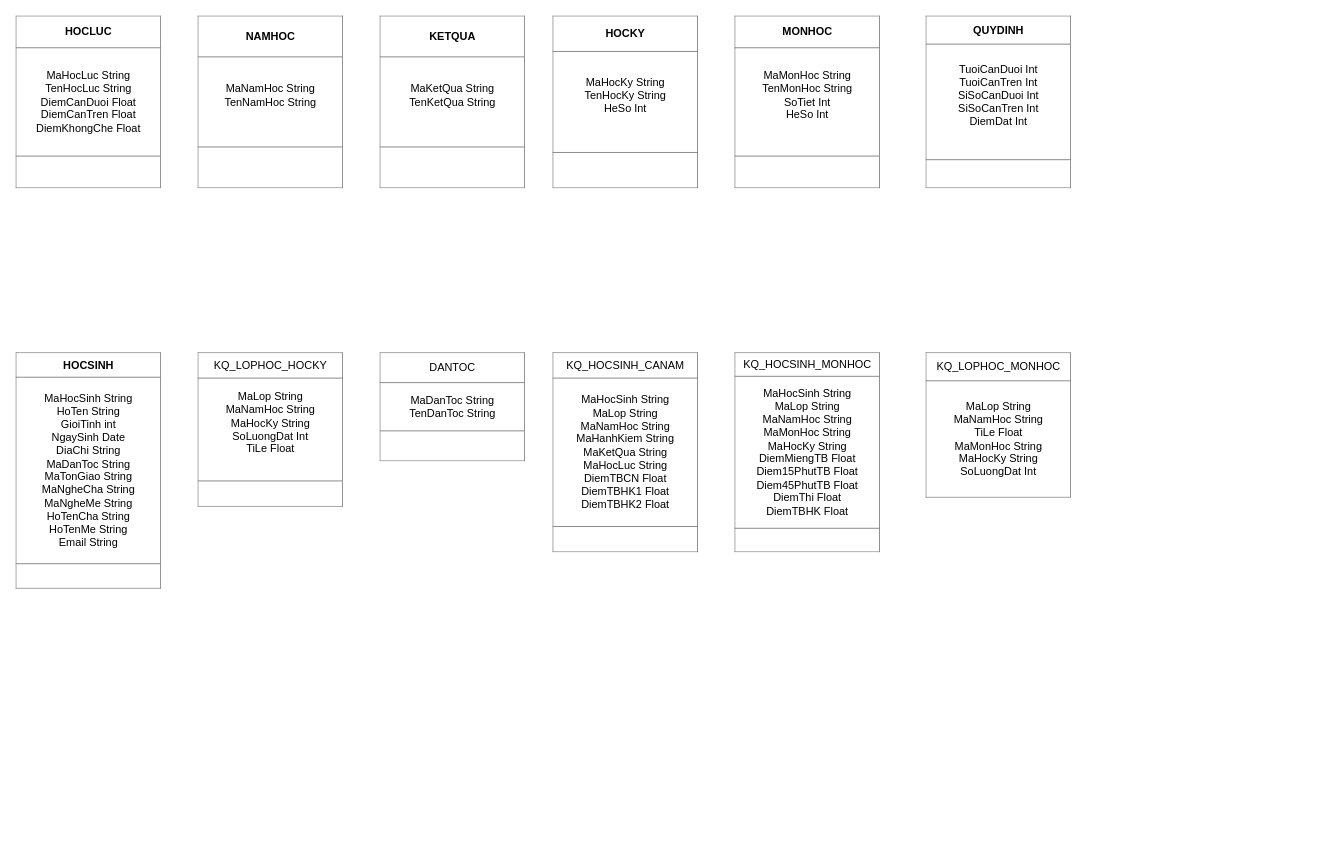
NguyenTanNHa/Final---QUAN-LY-HE-THONG-THONG-TIN keeps this draw.io diagram as page "CD" (2 of 2) of diagram.drawio. Above is the earlier version. Source tidied: cells renumbered, new cells numbered last; positions are measured from the earlier drawing's top-left corner, leaving out a move shared by most shapes. Both pictures are drawn from the tidied source at 91%, with x=0, y=0 at pixel (15, 15).
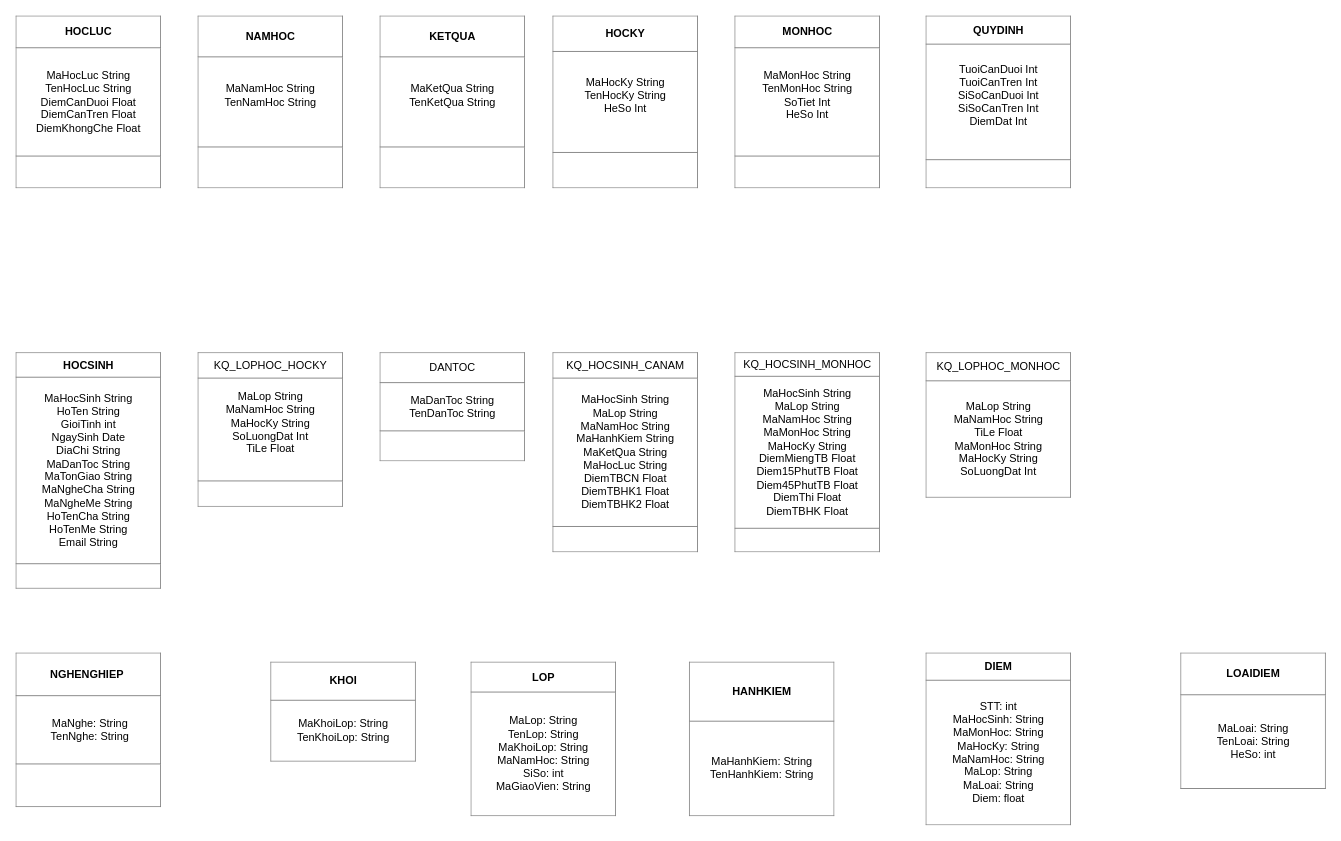
After the change.

The edit, as a diff of the source:
```diff
@@
 <mxGraphModel>
   <root>
     <mxCell id="0" />
     <mxCell id="1" parent="0" />
     <mxCell id="2" value="&lt;table border=&quot;1&quot; width=&quot;100%&quot; height=&quot;100%&quot; cellpadding=&quot;4&quot; style=&quot;width:100%;height:100%;border-collapse:collapse;&quot;&gt;&lt;tbody&gt;&lt;tr&gt;&lt;th align=&quot;center&quot;&gt;&lt;b&gt;HOCSINH&lt;/b&gt;&lt;/th&gt;&lt;/tr&gt;&lt;tr&gt;&lt;td align=&quot;center&quot;&gt;MaHocSinh String&lt;br&gt;HoTen String&lt;br&gt;GioiTinh int&lt;br&gt;NgaySinh Date&lt;br&gt;DiaChi String&lt;br&gt;MaDanToc String&lt;br&gt;MaTonGiao String&lt;br&gt;MaNgheCha String&lt;br&gt;MaNgheMe String&lt;br&gt;HoTenCha String&lt;br&gt;HoTenMe String&lt;br&gt;Email String&lt;/td&gt;&lt;/tr&gt;&lt;tr&gt;&lt;td align=&quot;center&quot;&gt;&lt;br&gt;&lt;/td&gt;&lt;/tr&gt;&lt;/tbody&gt;&lt;/table&gt;" style="text;html=1;whiteSpace=wrap;strokeColor=none;fillColor=none;overflow=fill;" parent="1" vertex="1">
       <mxGeometry y="370" width="160" height="260" as="geometry" />
     </mxCell>
     <mxCell id="3" value="&lt;table border=&quot;1&quot; width=&quot;100%&quot; height=&quot;100%&quot; cellpadding=&quot;4&quot; style=&quot;width:100%;height:100%;border-collapse:collapse;&quot;&gt;&lt;tbody&gt;&lt;tr&gt;&lt;th align=&quot;center&quot;&gt;&lt;span style=&quot;font-weight: 400;&quot;&gt;KQ_LOPHOC_HOCKY&lt;/span&gt;&lt;br&gt;&lt;/th&gt;&lt;/tr&gt;&lt;tr&gt;&lt;td align=&quot;center&quot;&gt;MaLop String&lt;br&gt;MaNamHoc String&lt;br&gt;MaHocKy String&lt;br&gt;SoLuongDat Int&lt;br&gt;TiLe Float&lt;br&gt;&lt;br&gt;&lt;/td&gt;&lt;/tr&gt;&lt;tr&gt;&lt;td align=&quot;center&quot;&gt;&lt;br&gt;&lt;/td&gt;&lt;/tr&gt;&lt;/tbody&gt;&lt;/table&gt;" style="text;html=1;whiteSpace=wrap;strokeColor=none;fillColor=none;overflow=fill;" parent="1" vertex="1">
       <mxGeometry x="200" y="370" width="160" height="170" as="geometry" />
     </mxCell>
     <mxCell id="4" value="&lt;table border=&quot;1&quot; width=&quot;100%&quot; height=&quot;100%&quot; cellpadding=&quot;4&quot; style=&quot;width:100%;height:100%;border-collapse:collapse;&quot;&gt;&lt;tbody&gt;&lt;tr&gt;&lt;th align=&quot;center&quot;&gt;&lt;span style=&quot;font-weight: 400;&quot;&gt;DANTOC&lt;/span&gt;&lt;br&gt;&lt;/th&gt;&lt;/tr&gt;&lt;tr&gt;&lt;td align=&quot;center&quot;&gt;MaDanToc String&lt;br&gt;TenDanToc String&lt;br&gt;&lt;/td&gt;&lt;/tr&gt;&lt;tr&gt;&lt;td align=&quot;center&quot;&gt;&lt;br&gt;&lt;/td&gt;&lt;/tr&gt;&lt;/tbody&gt;&lt;/table&gt;" style="text;html=1;whiteSpace=wrap;strokeColor=none;fillColor=none;overflow=fill;" parent="1" vertex="1">
       <mxGeometry x="400" y="370" width="160" height="120" as="geometry" />
     </mxCell>
     <mxCell id="5" value="&lt;table border=&quot;1&quot; width=&quot;100%&quot; height=&quot;100%&quot; cellpadding=&quot;4&quot; style=&quot;width:100%;height:100%;border-collapse:collapse;&quot;&gt;&lt;tbody&gt;&lt;tr&gt;&lt;th align=&quot;center&quot;&gt;&lt;span style=&quot;font-weight: 400;&quot;&gt;KQ_HOCSINH_CANAM&lt;/span&gt;&lt;br&gt;&lt;/th&gt;&lt;/tr&gt;&lt;tr&gt;&lt;td align=&quot;center&quot;&gt;MaHocSinh String&lt;br&gt;MaLop String&lt;br&gt;MaNamHoc String&lt;br&gt;MaHanhKiem String&lt;br&gt;MaKetQua String&lt;br&gt;MaHocLuc String&lt;br&gt;DiemTBCN Float&lt;br&gt;DiemTBHK1 Float&lt;br&gt;DiemTBHK2 Float&lt;br&gt;&lt;/td&gt;&lt;/tr&gt;&lt;tr&gt;&lt;td align=&quot;center&quot;&gt;&lt;br&gt;&lt;/td&gt;&lt;/tr&gt;&lt;/tbody&gt;&lt;/table&gt;" style="text;html=1;whiteSpace=wrap;strokeColor=none;fillColor=none;overflow=fill;" parent="1" vertex="1">
       <mxGeometry x="590" y="370" width="160" height="220" as="geometry" />
     </mxCell>
     <mxCell id="6" value="&lt;table border=&quot;1&quot; width=&quot;100%&quot; height=&quot;100%&quot; cellpadding=&quot;4&quot; style=&quot;width:100%;height:100%;border-collapse:collapse;&quot;&gt;&lt;tbody&gt;&lt;tr&gt;&lt;th align=&quot;center&quot;&gt;&lt;span style=&quot;font-weight: 400;&quot;&gt;KQ_HOCSINH_MONHOC&lt;/span&gt;&lt;br&gt;&lt;/th&gt;&lt;/tr&gt;&lt;tr&gt;&lt;td align=&quot;center&quot;&gt;MaHocSinh String&lt;br&gt;MaLop String&lt;br&gt;MaNamHoc String&lt;br&gt;MaMonHoc String&lt;br&gt;MaHocKy String&lt;br&gt;DiemMiengTB Float&lt;br&gt;Diem15PhutTB Float&lt;br&gt;Diem45PhutTB Float&lt;br&gt;DiemThi Float&lt;br&gt;DiemTBHK Float&lt;/td&gt;&lt;/tr&gt;&lt;tr&gt;&lt;td align=&quot;center&quot;&gt;&lt;br&gt;&lt;/td&gt;&lt;/tr&gt;&lt;/tbody&gt;&lt;/table&gt;" style="text;html=1;whiteSpace=wrap;strokeColor=none;fillColor=none;overflow=fill;" parent="1" vertex="1">
       <mxGeometry x="790" y="370" width="160" height="220" as="geometry" />
     </mxCell>
     <mxCell id="7" value="&lt;table border=&quot;1&quot; width=&quot;100%&quot; height=&quot;100%&quot; cellpadding=&quot;4&quot; style=&quot;width:100%;height:100%;border-collapse:collapse;&quot;&gt;&lt;tbody&gt;&lt;tr&gt;&lt;th align=&quot;center&quot;&gt;&lt;span style=&quot;font-weight: 400;&quot;&gt;KQ_LOPHOC_MONHOC&lt;/span&gt;&lt;br&gt;&lt;/th&gt;&lt;/tr&gt;&lt;tr&gt;&lt;td align=&quot;center&quot;&gt;MaLop String&lt;br&gt;MaNamHoc String&lt;br&gt;TiLe Float&lt;br&gt;MaMonHoc String&lt;br&gt;MaHocKy String&lt;br&gt;SoLuongDat Int&lt;br&gt;&lt;/td&gt;&lt;/tr&gt;&lt;/tbody&gt;&lt;/table&gt;" style="text;html=1;whiteSpace=wrap;strokeColor=none;fillColor=none;overflow=fill;" parent="1" vertex="1">
       <mxGeometry x="1000" y="370" width="160" height="160" as="geometry" />
     </mxCell>
     <mxCell id="8" value="&lt;table border=&quot;1&quot; width=&quot;100%&quot; height=&quot;100%&quot; cellpadding=&quot;4&quot; style=&quot;width:100%;height:100%;border-collapse:collapse;&quot;&gt;&lt;tbody&gt;&lt;tr&gt;&lt;th align=&quot;center&quot;&gt;HOCLUC&lt;/th&gt;&lt;/tr&gt;&lt;tr&gt;&lt;td align=&quot;center&quot;&gt;MaHocLuc String&lt;br&gt;TenHocLuc String&lt;br&gt;DiemCanDuoi Float&lt;br&gt;DiemCanTren Float&lt;br&gt;DiemKhongChe Float&lt;br&gt;&lt;/td&gt;&lt;/tr&gt;&lt;tr&gt;&lt;td align=&quot;center&quot;&gt;&lt;br&gt;&lt;/td&gt;&lt;/tr&gt;&lt;/tbody&gt;&lt;/table&gt;" style="text;html=1;whiteSpace=wrap;strokeColor=none;fillColor=none;overflow=fill;" parent="1" vertex="1">
       <mxGeometry width="160" height="190" as="geometry" />
     </mxCell>
     <mxCell id="9" value="&lt;table border=&quot;1&quot; width=&quot;100%&quot; height=&quot;100%&quot; cellpadding=&quot;4&quot; style=&quot;width:100%;height:100%;border-collapse:collapse;&quot;&gt;&lt;tbody&gt;&lt;tr&gt;&lt;th align=&quot;center&quot;&gt;NAMHOC&lt;/th&gt;&lt;/tr&gt;&lt;tr&gt;&lt;td align=&quot;center&quot;&gt;MaNamHoc String&lt;br&gt;TenNamHoc String&lt;br&gt;&lt;br&gt;&lt;/td&gt;&lt;/tr&gt;&lt;tr&gt;&lt;td align=&quot;center&quot;&gt;&lt;br&gt;&lt;/td&gt;&lt;/tr&gt;&lt;/tbody&gt;&lt;/table&gt;" style="text;html=1;whiteSpace=wrap;strokeColor=none;fillColor=none;overflow=fill;" parent="1" vertex="1">
       <mxGeometry x="200" width="160" height="190" as="geometry" />
     </mxCell>
     <mxCell id="10" value="&lt;table border=&quot;1&quot; width=&quot;100%&quot; height=&quot;100%&quot; cellpadding=&quot;4&quot; style=&quot;width:100%;height:100%;border-collapse:collapse;&quot;&gt;&lt;tbody&gt;&lt;tr&gt;&lt;th align=&quot;center&quot;&gt;KETQUA&lt;/th&gt;&lt;/tr&gt;&lt;tr&gt;&lt;td align=&quot;center&quot;&gt;MaKetQua String&lt;br&gt;TenKetQua String&lt;br&gt;&lt;br&gt;&lt;/td&gt;&lt;/tr&gt;&lt;tr&gt;&lt;td align=&quot;center&quot;&gt;&lt;br&gt;&lt;/td&gt;&lt;/tr&gt;&lt;/tbody&gt;&lt;/table&gt;" style="text;html=1;whiteSpace=wrap;strokeColor=none;fillColor=none;overflow=fill;" parent="1" vertex="1">
       <mxGeometry x="400" width="160" height="190" as="geometry" />
     </mxCell>
     <mxCell id="11" value="&lt;table border=&quot;1&quot; width=&quot;100%&quot; height=&quot;100%&quot; cellpadding=&quot;4&quot; style=&quot;width:100%;height:100%;border-collapse:collapse;&quot;&gt;&lt;tbody&gt;&lt;tr&gt;&lt;th align=&quot;center&quot;&gt;MONHOC&lt;/th&gt;&lt;/tr&gt;&lt;tr&gt;&lt;td align=&quot;center&quot;&gt;MaMonHoc String&lt;br&gt;TenMonHoc String&lt;br&gt;SoTiet Int&lt;br&gt;HeSo Int&lt;br&gt;&lt;br&gt;&lt;/td&gt;&lt;/tr&gt;&lt;tr&gt;&lt;td align=&quot;center&quot;&gt;&lt;br&gt;&lt;/td&gt;&lt;/tr&gt;&lt;/tbody&gt;&lt;/table&gt;" style="text;html=1;whiteSpace=wrap;strokeColor=none;fillColor=none;overflow=fill;" parent="1" vertex="1">
       <mxGeometry x="790" width="160" height="190" as="geometry" />
     </mxCell>
     <mxCell id="12" value="&lt;table border=&quot;1&quot; width=&quot;100%&quot; height=&quot;100%&quot; cellpadding=&quot;4&quot; style=&quot;width:100%;height:100%;border-collapse:collapse;&quot;&gt;&lt;tbody&gt;&lt;tr&gt;&lt;th align=&quot;center&quot;&gt;QUYDINH&lt;/th&gt;&lt;/tr&gt;&lt;tr&gt;&lt;td align=&quot;center&quot;&gt;TuoiCanDuoi Int&lt;br&gt;TuoiCanTren Int&lt;br&gt;SiSoCanDuoi Int&lt;br&gt;SiSoCanTren Int&lt;br&gt;DiemDat Int&lt;br&gt;&lt;br&gt;&lt;/td&gt;&lt;/tr&gt;&lt;tr&gt;&lt;td align=&quot;center&quot;&gt;&lt;br&gt;&lt;/td&gt;&lt;/tr&gt;&lt;/tbody&gt;&lt;/table&gt;" style="text;html=1;whiteSpace=wrap;strokeColor=none;fillColor=none;overflow=fill;" parent="1" vertex="1">
       <mxGeometry x="1000" width="160" height="190" as="geometry" />
     </mxCell>
     <mxCell id="13" value="&lt;table border=&quot;1&quot; width=&quot;100%&quot; height=&quot;100%&quot; cellpadding=&quot;4&quot; style=&quot;width:100%;height:100%;border-collapse:collapse;&quot;&gt;&lt;tbody&gt;&lt;tr&gt;&lt;th align=&quot;center&quot;&gt;HOCKY&lt;/th&gt;&lt;/tr&gt;&lt;tr&gt;&lt;td align=&quot;center&quot;&gt;MaHocKy String&lt;br&gt;TenHocKy String&lt;br&gt;HeSo Int&lt;br&gt;&lt;br&gt;&lt;/td&gt;&lt;/tr&gt;&lt;tr&gt;&lt;td align=&quot;center&quot;&gt;&lt;br&gt;&lt;/td&gt;&lt;/tr&gt;&lt;/tbody&gt;&lt;/table&gt;" style="text;html=1;whiteSpace=wrap;strokeColor=none;fillColor=none;overflow=fill;" parent="1" vertex="1">
       <mxGeometry x="590" width="160" height="190" as="geometry" />
     </mxCell>
+    <mxCell id="14" value="&lt;table border=&quot;1&quot; width=&quot;100%&quot; height=&quot;100%&quot; cellpadding=&quot;4&quot; style=&quot;width:100%;height:100%;border-collapse:collapse;&quot;&gt;&lt;tbody&gt;&lt;tr&gt;&lt;th align=&quot;center&quot;&gt;NGHENGHIEP&amp;nbsp;&lt;/th&gt;&lt;/tr&gt;&lt;tr&gt;&lt;td align=&quot;center&quot;&gt;&amp;nbsp;MaNghe: String&lt;br&gt;&amp;nbsp;TenNghe: String&lt;br&gt;&lt;/td&gt;&lt;/tr&gt;&lt;tr&gt;&lt;td align=&quot;center&quot;&gt;&lt;br&gt;&lt;/td&gt;&lt;/tr&gt;&lt;/tbody&gt;&lt;/table&gt;" style="text;html=1;whiteSpace=wrap;strokeColor=none;fillColor=none;overflow=fill;" parent="1" vertex="1">
+      <mxGeometry y="700" width="160" height="170" as="geometry" />
+    </mxCell>
+    <mxCell id="15" value="&lt;table border=&quot;1&quot; width=&quot;100%&quot; height=&quot;100%&quot; cellpadding=&quot;4&quot; style=&quot;width:100%;height:100%;border-collapse:collapse;&quot;&gt;&lt;tbody&gt;&lt;tr&gt;&lt;th align=&quot;center&quot;&gt;KHOI&lt;br&gt;&lt;/th&gt;&lt;/tr&gt;&lt;tr&gt;&lt;td align=&quot;center&quot;&gt;&lt;span class=&quot;hljs-symbol&quot;&gt;MaKhoiLop:&lt;/span&gt; &lt;span class=&quot;hljs-type&quot;&gt;String&lt;/span&gt;&lt;br/&gt;&lt;span class=&quot;hljs-symbol&quot;&gt;TenKhoiLop:&lt;/span&gt; &lt;span class=&quot;hljs-type&quot;&gt;String&lt;/span&gt;&lt;/td&gt;&lt;/tr&gt;&lt;/tbody&gt;&lt;/table&gt;" style="text;html=1;whiteSpace=wrap;strokeColor=none;fillColor=none;overflow=fill;" parent="1" vertex="1">
+      <mxGeometry x="280" y="710" width="160" height="110" as="geometry" />
+    </mxCell>
+    <mxCell id="16" value="&lt;table border=&quot;1&quot; width=&quot;100%&quot; height=&quot;100%&quot; cellpadding=&quot;4&quot; style=&quot;width:100%;height:100%;border-collapse:collapse;&quot;&gt;&lt;tbody&gt;&lt;tr&gt;&lt;th align=&quot;center&quot;&gt;LOP&lt;br&gt;&lt;/th&gt;&lt;/tr&gt;&lt;tr&gt;&lt;td align=&quot;center&quot;&gt;&lt;span class=&quot;hljs-symbol&quot;&gt;MaLop:&lt;/span&gt; &lt;span class=&quot;hljs-type&quot;&gt;String&lt;/span&gt;&lt;br/&gt;&lt;span class=&quot;hljs-symbol&quot;&gt;TenLop:&lt;/span&gt; &lt;span class=&quot;hljs-type&quot;&gt;String&lt;/span&gt;&lt;br/&gt;&lt;span class=&quot;hljs-symbol&quot;&gt;MaKhoiLop:&lt;/span&gt; &lt;span class=&quot;hljs-type&quot;&gt;String&lt;/span&gt;&lt;br/&gt;&lt;span class=&quot;hljs-symbol&quot;&gt;MaNamHoc:&lt;/span&gt; &lt;span class=&quot;hljs-type&quot;&gt;String&lt;/span&gt;&lt;br/&gt;&lt;span class=&quot;hljs-symbol&quot;&gt;SiSo:&lt;/span&gt; int&lt;br/&gt;&lt;span class=&quot;hljs-symbol&quot;&gt;MaGiaoVien:&lt;/span&gt; &lt;span class=&quot;hljs-type&quot;&gt;String&lt;/span&gt;&lt;br&gt;&lt;/td&gt;&lt;/tr&gt;&lt;/tbody&gt;&lt;/table&gt;" style="text;html=1;whiteSpace=wrap;strokeColor=none;fillColor=none;overflow=fill;" parent="1" vertex="1">
+      <mxGeometry x="500" y="710" width="160" height="170" as="geometry" />
+    </mxCell>
+    <mxCell id="17" value="&lt;table border=&quot;1&quot; width=&quot;100%&quot; height=&quot;100%&quot; cellpadding=&quot;4&quot; style=&quot;width:100%;height:100%;border-collapse:collapse;&quot;&gt;&lt;tbody&gt;&lt;tr&gt;&lt;th align=&quot;center&quot;&gt;HANHKIEM&lt;br&gt;&lt;/th&gt;&lt;/tr&gt;&lt;tr&gt;&lt;td align=&quot;center&quot;&gt;&lt;span class=&quot;hljs-symbol&quot;&gt;MaHanhKiem:&lt;/span&gt; &lt;span class=&quot;hljs-type&quot;&gt;String&lt;/span&gt;&lt;br/&gt;&lt;span class=&quot;hljs-symbol&quot;&gt;TenHanhKiem:&lt;/span&gt; &lt;span class=&quot;hljs-type&quot;&gt;String&lt;/span&gt;&lt;br&gt;&lt;/td&gt;&lt;/tr&gt;&lt;/tbody&gt;&lt;/table&gt;" style="text;html=1;whiteSpace=wrap;strokeColor=none;fillColor=none;overflow=fill;" parent="1" vertex="1">
+      <mxGeometry x="740" y="710" width="160" height="170" as="geometry" />
+    </mxCell>
+    <mxCell id="18" value="&lt;table border=&quot;1&quot; width=&quot;100%&quot; height=&quot;100%&quot; cellpadding=&quot;4&quot; style=&quot;width:100%;height:100%;border-collapse:collapse;&quot;&gt;&lt;tbody&gt;&lt;tr&gt;&lt;th align=&quot;center&quot;&gt;DIEM&lt;br&gt;&lt;/th&gt;&lt;/tr&gt;&lt;tr&gt;&lt;td align=&quot;center&quot;&gt;&lt;span class=&quot;hljs-symbol&quot;&gt;STT:&lt;/span&gt; int&lt;br/&gt;&lt;span class=&quot;hljs-symbol&quot;&gt;MaHocSinh:&lt;/span&gt; &lt;span class=&quot;hljs-type&quot;&gt;String&lt;/span&gt;&lt;br/&gt;&lt;span class=&quot;hljs-symbol&quot;&gt;MaMonHoc:&lt;/span&gt; &lt;span class=&quot;hljs-type&quot;&gt;String&lt;/span&gt;&lt;br/&gt;&lt;span class=&quot;hljs-symbol&quot;&gt;MaHocKy:&lt;/span&gt; &lt;span class=&quot;hljs-type&quot;&gt;String&lt;/span&gt;&lt;br/&gt;&lt;span class=&quot;hljs-symbol&quot;&gt;MaNamHoc:&lt;/span&gt; &lt;span class=&quot;hljs-type&quot;&gt;String&lt;/span&gt;&lt;br/&gt;&lt;span class=&quot;hljs-symbol&quot;&gt;MaLop:&lt;/span&gt; &lt;span class=&quot;hljs-type&quot;&gt;String&lt;/span&gt;&lt;br/&gt;&lt;span class=&quot;hljs-symbol&quot;&gt;MaLoai:&lt;/span&gt; &lt;span class=&quot;hljs-type&quot;&gt;String&lt;/span&gt;&lt;br/&gt;&lt;span class=&quot;hljs-symbol&quot;&gt;Diem:&lt;/span&gt; float&lt;br&gt;&lt;/td&gt;&lt;/tr&gt;&lt;/tbody&gt;&lt;/table&gt;" style="text;html=1;whiteSpace=wrap;strokeColor=none;fillColor=none;overflow=fill;" parent="1" vertex="1">
+      <mxGeometry x="1000" y="700" width="160" height="190" as="geometry" />
+    </mxCell>
+    <mxCell id="19" value="&lt;table border=&quot;1&quot; width=&quot;100%&quot; height=&quot;100%&quot; cellpadding=&quot;4&quot; style=&quot;width:100%;height:100%;border-collapse:collapse;&quot;&gt;&lt;tbody&gt;&lt;tr&gt;&lt;th align=&quot;center&quot;&gt;LOAIDIEM&lt;br&gt;&lt;/th&gt;&lt;/tr&gt;&lt;tr&gt;&lt;td align=&quot;center&quot;&gt;&lt;span class=&quot;hljs-symbol&quot;&gt;MaLoai:&lt;/span&gt; &lt;span class=&quot;hljs-type&quot;&gt;String&lt;/span&gt;&lt;br/&gt;&lt;span class=&quot;hljs-symbol&quot;&gt;TenLoai:&lt;/span&gt; &lt;span class=&quot;hljs-type&quot;&gt;String&lt;/span&gt;&lt;br/&gt;&lt;span class=&quot;hljs-symbol&quot;&gt;HeSo:&lt;/span&gt; int&lt;br&gt;&lt;/td&gt;&lt;/tr&gt;&lt;/tbody&gt;&lt;/table&gt;" style="text;html=1;whiteSpace=wrap;strokeColor=none;fillColor=none;overflow=fill;" parent="1" vertex="1">
+      <mxGeometry x="1280" y="700" width="160" height="150" as="geometry" />
+    </mxCell>
   </root>
 </mxGraphModel>
```
